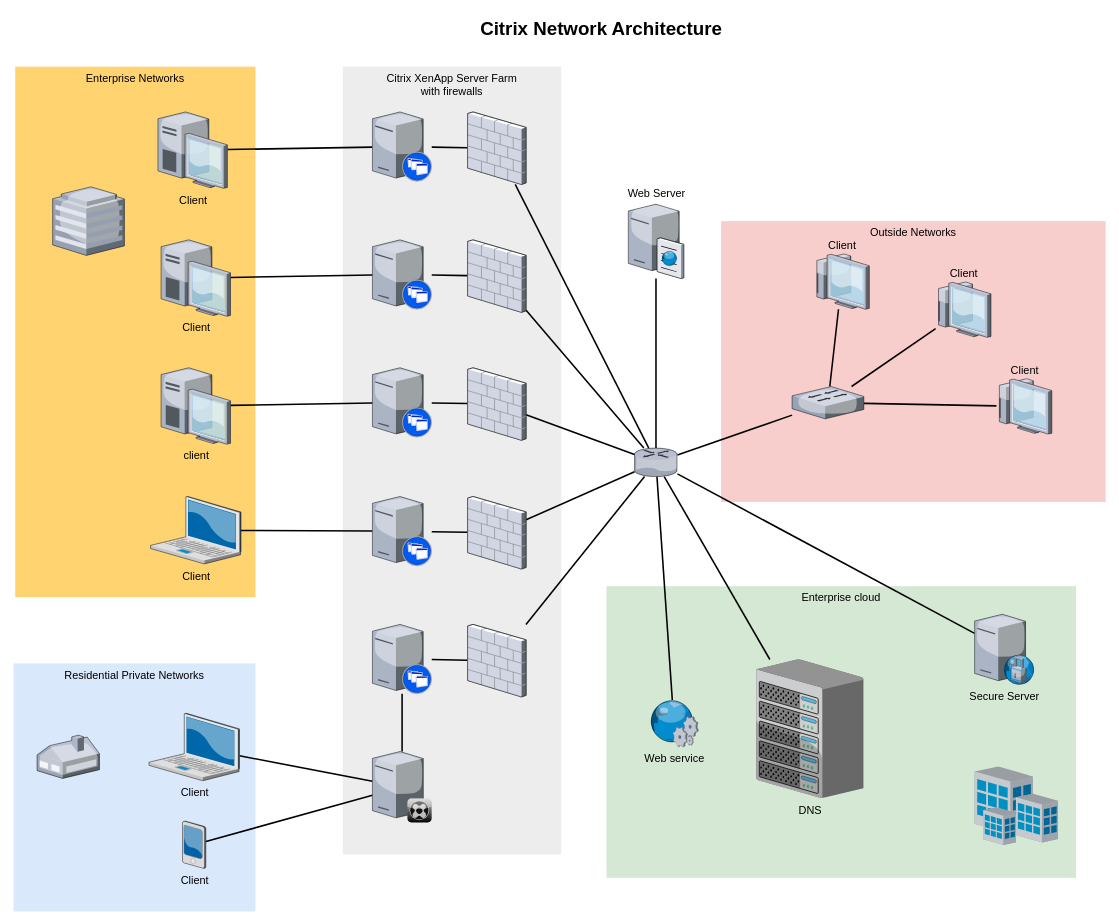
Above: doc/aws-web-tcad-net.drawio in yezhen701/VTCAD (draw.io), before the change. Source tidied: cells renumbered, new cells numbered last; positions are measured from the earlier drawing's top-left corner, leaving out a move shared by most shapes. Both pictures are drawn from the tidied source at 78%, with x=0, y=0 at pixel (13, 13).
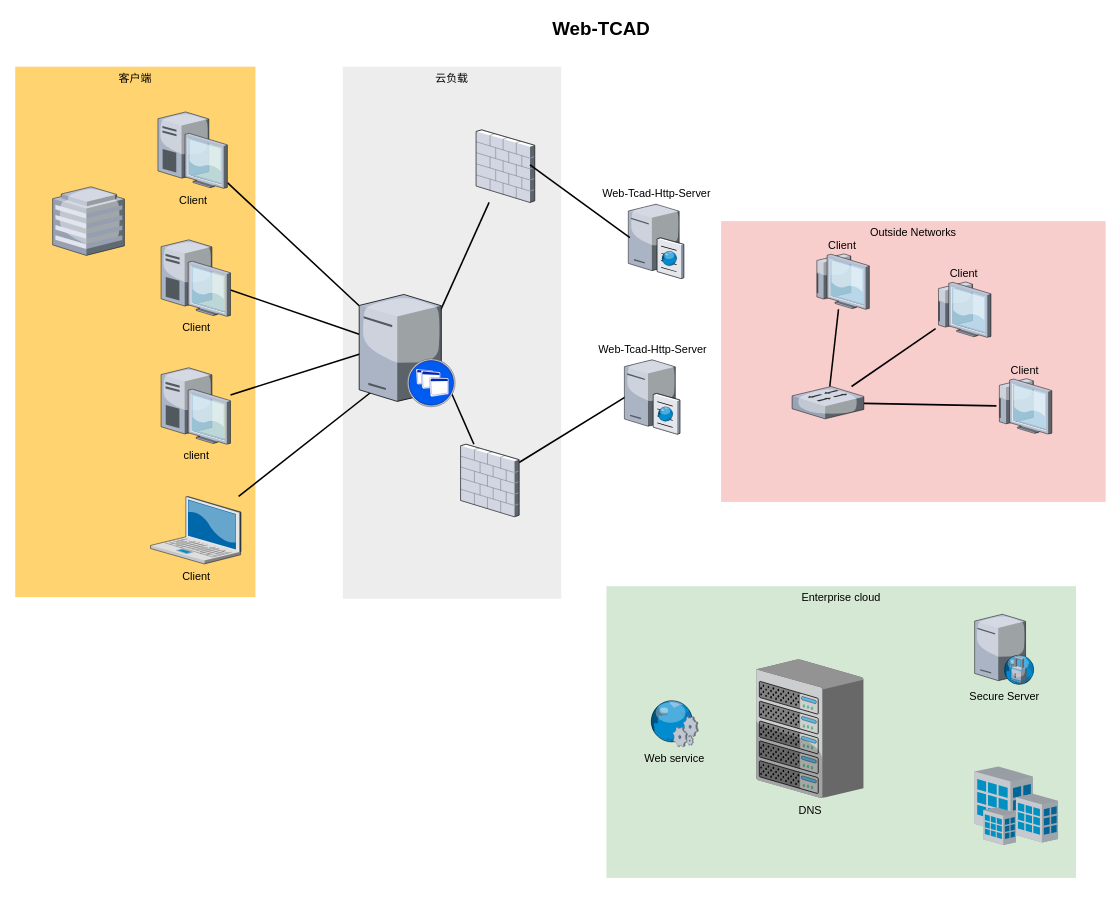
Above is the later version.

Unchanged cells that the change refers to:
```xml
<mxCell id="10" value="Client" style="verticalLabelPosition=bottom;html=1;verticalAlign=top;strokeColor=none;shape=mxgraph.citrix.laptop_2;fillColor=#66B2FF;gradientColor=#0066CC;fontSize=14;" parent="1" vertex="1">
  <mxGeometry x="175.5" y="619" width="116" height="86.5" as="geometry" />
</mxCell>
<mxCell id="12" value="client" style="verticalLabelPosition=bottom;html=1;verticalAlign=top;strokeColor=none;shape=mxgraph.citrix.desktop;fillColor=#66B2FF;gradientColor=#0066CC;fontSize=14;" parent="1" vertex="1">
  <mxGeometry x="189" y="454" width="89" height="98" as="geometry" />
</mxCell>
<mxCell id="14" value="Client" style="verticalLabelPosition=bottom;html=1;verticalAlign=top;strokeColor=none;shape=mxgraph.citrix.desktop;fillColor=#66B2FF;gradientColor=#0066CC;fontSize=14;" parent="1" vertex="1">
  <mxGeometry x="189" y="290" width="89" height="98" as="geometry" />
</mxCell>
<mxCell id="37" value="DNS" style="verticalLabelPosition=bottom;html=1;verticalAlign=top;strokeColor=none;shape=mxgraph.citrix.chassis;fillColor=#66B2FF;gradientColor=#0066CC;fontSize=14;" parent="1" vertex="1">
  <mxGeometry x="952" y="828" width="137.5" height="177.5" as="geometry" />
</mxCell>
<mxCell id="50" value="Secure Server" style="verticalLabelPosition=bottom;html=1;verticalAlign=top;strokeColor=none;shape=mxgraph.citrix.proxy_server;fillColor=#66B2FF;gradientColor=#0066CC;fontSize=14;" parent="1" vertex="1">
  <mxGeometry x="1232" y="770" width="76.5" height="90" as="geometry" />
</mxCell>
<mxCell id="54" style="verticalLabelPosition=bottom;html=1;verticalAlign=top;strokeColor=none;shape=mxgraph.citrix.switch;fillColor=#66B2FF;gradientColor=#0066CC;fontSize=14;" parent="1" vertex="1">
  <mxGeometry x="998" y="478" width="92" height="41.5" as="geometry" />
</mxCell>
<mxCell id="59" value="Web service" style="verticalLabelPosition=bottom;html=1;verticalAlign=top;strokeColor=none;shape=mxgraph.citrix.web_service;fillColor=#66B2FF;gradientColor=#0066CC;fontSize=14;" parent="1" vertex="1">
  <mxGeometry x="815" y="880" width="63" height="60" as="geometry" />
</mxCell>
```

What changed in the source:
```diff
@@
-    <mxCell id="4" value="Citrix XenApp Server Farm&lt;div&gt;with firewalls&lt;/div&gt;" style="whiteSpace=wrap;html=1;fillColor=#EDEDED;fontSize=14;strokeColor=none;verticalAlign=top;" parent="1" vertex="1">
-      <mxGeometry x="422" y="68" width="280" height="1010" as="geometry" />
+    <mxCell id="4" value="云负载" style="whiteSpace=wrap;html=1;fillColor=#EDEDED;fontSize=14;strokeColor=none;verticalAlign=top;" parent="1" vertex="1">
+      <mxGeometry x="422" y="68" width="280" height="682" as="geometry" />
     </mxCell>
-    <mxCell id="5" value="Residential Private Networks" style="whiteSpace=wrap;html=1;fillColor=#dae8fc;fontSize=14;strokeColor=none;verticalAlign=top;" parent="1" vertex="1">
-      <mxGeometry y="833" width="310" height="318" as="geometry" />
-    </mxCell>
-    <mxCell id="6" value="Enterprise Networks" style="whiteSpace=wrap;html=1;fillColor=#FFD470;gradientColor=none;fontSize=14;strokeColor=none;verticalAlign=top;" parent="1" vertex="1">
+    <mxCell id="6" value="客户端" style="whiteSpace=wrap;html=1;fillColor=#FFD470;gradientColor=none;fontSize=14;strokeColor=none;verticalAlign=top;" parent="1" vertex="1">
       <mxGeometry x="2" y="68" width="308" height="680" as="geometry" />
     </mxCell>
-    <mxCell id="7" style="edgeStyle=none;rounded=0;html=1;startSize=10;endSize=10;jettySize=auto;fontSize=14;endArrow=none;endFill=0;strokeWidth=2;" parent="1" edge="1" source="8" target="35">
-      <mxGeometry relative="1" as="geometry" />
-    </mxCell>
-    <mxCell id="8" value="Client" style="verticalLabelPosition=bottom;html=1;verticalAlign=top;strokeColor=none;shape=mxgraph.citrix.laptop_2;fillColor=#66B2FF;gradientColor=#0066CC;fontSize=14;" parent="1" vertex="1">
-      <mxGeometry x="173.5" y="897" width="116" height="86.5" as="geometry" />
-    </mxCell>
-    <mxCell id="9" style="edgeStyle=none;rounded=0;html=1;startSize=10;endSize=10;jettySize=auto;fontSize=14;endArrow=none;endFill=0;strokeWidth=2;" parent="1" edge="1" source="10" target="22">
+    <mxCell id="9" style="edgeStyle=none;rounded=0;html=1;startSize=10;endSize=10;jettySize=auto;fontSize=14;endArrow=none;endFill=0;strokeWidth=2;entryX=0.179;entryY=0.833;entryDx=0;entryDy=0;entryPerimeter=0;" parent="1" edge="1" source="10" target="28">
       <mxGeometry relative="1" as="geometry" />
     </mxCell>
@@
-    <mxCell id="11" style="edgeStyle=none;rounded=0;html=1;startSize=10;endSize=10;jettySize=auto;fontSize=14;endArrow=none;endFill=0;strokeWidth=2;" parent="1" edge="1" source="12" target="24">
+    <mxCell id="11" style="edgeStyle=none;rounded=0;html=1;startSize=10;endSize=10;jettySize=auto;fontSize=14;endArrow=none;endFill=0;strokeWidth=2;entryX=0.016;entryY=0.528;entryDx=0;entryDy=0;entryPerimeter=0;" parent="1" edge="1" source="12" target="28">
       <mxGeometry relative="1" as="geometry" />
     </mxCell>
@@
-    <mxCell id="13" style="edgeStyle=none;rounded=0;html=1;startSize=10;endSize=10;jettySize=auto;fontSize=14;endArrow=none;endFill=0;strokeWidth=2;" parent="1" edge="1" source="14" target="26">
+    <mxCell id="13" style="edgeStyle=none;rounded=0;html=1;startSize=10;endSize=10;jettySize=auto;fontSize=14;endArrow=none;endFill=0;strokeWidth=2;" parent="1" edge="1" source="14" target="28">
       <mxGeometry relative="1" as="geometry" />
     </mxCell>
@@
-    <mxCell id="17" style="edgeStyle=none;rounded=0;html=1;startSize=10;endSize=10;jettySize=auto;fontSize=14;endArrow=none;endFill=0;strokeWidth=2;" parent="1" edge="1" source="18" target="35">
-      <mxGeometry relative="1" as="geometry" />
-    </mxCell>
-    <mxCell id="18" value="Client" style="verticalLabelPosition=bottom;html=1;verticalAlign=top;strokeColor=none;shape=mxgraph.citrix.pda;fillColor=#66B2FF;gradientColor=#0066CC;fontSize=14;" parent="1" vertex="1">
-      <mxGeometry x="216.5" y="1035" width="30" height="61" as="geometry" />
-    </mxCell>
-    <mxCell id="19" style="edgeStyle=none;rounded=0;html=1;startSize=10;endSize=10;jettySize=auto;fontSize=14;endArrow=none;endFill=0;strokeWidth=2;" parent="1" edge="1" source="20" target="47">
-      <mxGeometry relative="1" as="geometry" />
-    </mxCell>
-    <mxCell id="20" style="verticalLabelPosition=bottom;html=1;verticalAlign=top;strokeColor=none;shape=mxgraph.citrix.xenapp_server;fillColor=#66B2FF;gradientColor=#0066CC;fontSize=14;" parent="1" vertex="1">
-      <mxGeometry x="460" y="783" width="76" height="89" as="geometry" />
-    </mxCell>
-    <mxCell id="21" style="edgeStyle=none;rounded=0;html=1;startSize=10;endSize=10;jettySize=auto;fontSize=14;endArrow=none;endFill=0;strokeWidth=2;" parent="1" edge="1" source="22" target="45">
+    <mxCell id="21" style="edgeStyle=none;rounded=0;html=1;startSize=10;endSize=10;jettySize=auto;fontSize=14;endArrow=none;endFill=0;strokeWidth=2;exitX=0.821;exitY=0.604;exitDx=0;exitDy=0;exitPerimeter=0;" parent="1" edge="1" source="28" target="45">
       <mxGeometry relative="1" as="geometry" />
     </mxCell>
-    <mxCell id="22" style="verticalLabelPosition=bottom;html=1;verticalAlign=top;strokeColor=none;shape=mxgraph.citrix.xenapp_server;fillColor=#66B2FF;gradientColor=#0066CC;fontSize=14;" parent="1" vertex="1">
-      <mxGeometry x="460" y="619" width="76" height="89" as="geometry" />
-    </mxCell>
-    <mxCell id="23" style="edgeStyle=none;rounded=0;html=1;startSize=10;endSize=10;jettySize=auto;fontSize=14;endArrow=none;endFill=0;strokeWidth=2;" parent="1" edge="1" source="24" target="43">
+    <mxCell id="23" style="edgeStyle=none;rounded=0;html=1;startSize=10;endSize=10;jettySize=auto;fontSize=14;endArrow=none;endFill=0;strokeWidth=2;exitX=0.838;exitY=0.16;exitDx=0;exitDy=0;exitPerimeter=0;" parent="1" edge="1" source="28" target="43">
       <mxGeometry relative="1" as="geometry" />
     </mxCell>
-    <mxCell id="24" style="verticalLabelPosition=bottom;html=1;verticalAlign=top;strokeColor=none;shape=mxgraph.citrix.xenapp_server;fillColor=#66B2FF;gradientColor=#0066CC;fontSize=14;" parent="1" vertex="1">
-      <mxGeometry x="460" y="454" width="76" height="89" as="geometry" />
-    </mxCell>
-    <mxCell id="25" style="edgeStyle=none;rounded=0;html=1;startSize=10;endSize=10;jettySize=auto;fontSize=14;endArrow=none;endFill=0;strokeWidth=2;" parent="1" edge="1" source="26" target="41">
-      <mxGeometry relative="1" as="geometry" />
-    </mxCell>
-    <mxCell id="26" style="verticalLabelPosition=bottom;html=1;verticalAlign=top;strokeColor=none;shape=mxgraph.citrix.xenapp_server;fillColor=#66B2FF;gradientColor=#0066CC;fontSize=14;" parent="1" vertex="1">
-      <mxGeometry x="460" y="290" width="76" height="89" as="geometry" />
-    </mxCell>
-    <mxCell id="27" style="edgeStyle=none;rounded=0;html=1;startSize=10;endSize=10;jettySize=auto;fontSize=14;endArrow=none;endFill=0;strokeWidth=2;" parent="1" edge="1" source="28" target="39">
-      <mxGeometry relative="1" as="geometry" />
-    </mxCell>
     <mxCell id="28" style="verticalLabelPosition=bottom;html=1;verticalAlign=top;strokeColor=none;shape=mxgraph.citrix.xenapp_server;fillColor=#66B2FF;gradientColor=#0066CC;fontSize=14;" parent="1" vertex="1">
-      <mxGeometry x="460" y="126" width="76" height="89" as="geometry" />
+      <mxGeometry x="443" y="360" width="123" height="144" as="geometry" />
     </mxCell>
-    <mxCell id="29" style="edgeStyle=none;rounded=0;html=1;startSize=10;endSize=10;jettySize=auto;fontSize=14;endArrow=none;endFill=0;strokeWidth=2;" parent="1" edge="1" source="33" target="37">
-      <mxGeometry relative="1" as="geometry" />
-    </mxCell>
-    <mxCell id="30" style="edgeStyle=none;rounded=0;html=1;startSize=10;endSize=10;jettySize=auto;fontSize=14;endArrow=none;endFill=0;strokeWidth=2;" parent="1" edge="1" source="33" target="36">
-      <mxGeometry relative="1" as="geometry" />
-    </mxCell>
-    <mxCell id="31" style="edgeStyle=none;rounded=0;html=1;startSize=10;endSize=10;jettySize=auto;fontSize=14;endArrow=none;endFill=0;strokeWidth=2;" parent="1" edge="1" source="33" target="54">
-      <mxGeometry relative="1" as="geometry" />
-    </mxCell>
-    <mxCell id="32" style="edgeStyle=none;rounded=0;html=1;startSize=10;endSize=10;jettySize=auto;fontSize=14;endArrow=none;endFill=0;strokeWidth=2;" parent="1" edge="1" source="33" target="50">
-      <mxGeometry relative="1" as="geometry" />
-    </mxCell>
-    <mxCell id="33" style="verticalLabelPosition=bottom;html=1;verticalAlign=top;strokeColor=none;shape=mxgraph.citrix.router;fillColor=#66B2FF;gradientColor=#0066CC;fontSize=14;" parent="1" vertex="1">
-      <mxGeometry x="796" y="557" width="55" height="36.5" as="geometry" />
-    </mxCell>
-    <mxCell id="34" style="edgeStyle=none;rounded=0;html=1;startSize=10;endSize=10;jettySize=auto;fontSize=14;endArrow=none;endFill=0;strokeWidth=2;" parent="1" edge="1" source="35" target="20">
-      <mxGeometry relative="1" as="geometry" />
-    </mxCell>
-    <mxCell id="35" style="verticalLabelPosition=bottom;html=1;verticalAlign=top;strokeColor=none;shape=mxgraph.citrix.xenclient_synchronizer;fillColor=#CCCCCC;gradientColor=#000000;gradientDirection=south;fontSize=14;" parent="1" vertex="1">
-      <mxGeometry x="460" y="946" width="76" height="91" as="geometry" />
-    </mxCell>
-    <mxCell id="36" value="Web Server" style="verticalLabelPosition=top;html=1;verticalAlign=bottom;strokeColor=none;shape=mxgraph.citrix.cache_server;fillColor=#66B2FF;gradientColor=#0066CC;fontSize=14;labelPosition=center;align=center;" parent="1" vertex="1">
+    <mxCell id="36" value="&lt;span style=&quot;display: flex;&quot;&gt;&lt;span style=&quot;overflow: hidden; text-overflow: ellipsis;&quot; class=&quot;&quot;&gt;Web-Tcad-Http-Server&lt;/span&gt;&lt;/span&gt;" style="verticalLabelPosition=top;html=1;verticalAlign=bottom;strokeColor=none;shape=mxgraph.citrix.cache_server;fillColor=#66B2FF;gradientColor=#0066CC;fontSize=14;labelPosition=center;align=center;" parent="1" vertex="1">
       <mxGeometry x="788" y="242" width="71" height="97.5" as="geometry" />
     </mxCell>
@@
-    <mxCell id="38" style="edgeStyle=none;rounded=0;html=1;startSize=10;endSize=10;jettySize=auto;fontSize=14;endArrow=none;endFill=0;strokeWidth=2;" parent="1" edge="1" source="39" target="33">
-      <mxGeometry relative="1" as="geometry" />
-    </mxCell>
-    <mxCell id="39" style="verticalLabelPosition=bottom;html=1;verticalAlign=top;strokeColor=none;shape=mxgraph.citrix.firewall;fillColor=#66B2FF;gradientColor=#0066CC;fontSize=14;" parent="1" vertex="1">
-      <mxGeometry x="582" y="126" width="75" height="93" as="geometry" />
-    </mxCell>
-    <mxCell id="40" style="edgeStyle=none;rounded=0;html=1;startSize=10;endSize=10;jettySize=auto;fontSize=14;endArrow=none;endFill=0;strokeWidth=2;" parent="1" edge="1" source="41" target="33">
-      <mxGeometry relative="1" as="geometry" />
-    </mxCell>
-    <mxCell id="41" style="verticalLabelPosition=bottom;html=1;verticalAlign=top;strokeColor=none;shape=mxgraph.citrix.firewall;fillColor=#66B2FF;gradientColor=#0066CC;fontSize=14;" parent="1" vertex="1">
-      <mxGeometry x="582" y="290" width="75" height="93" as="geometry" />
-    </mxCell>
-    <mxCell id="42" style="edgeStyle=none;rounded=0;html=1;startSize=10;endSize=10;jettySize=auto;fontSize=14;endArrow=none;endFill=0;strokeWidth=2;" parent="1" edge="1" source="43" target="33">
-      <mxGeometry relative="1" as="geometry" />
-    </mxCell>
     <mxCell id="43" style="verticalLabelPosition=bottom;html=1;verticalAlign=top;strokeColor=none;shape=mxgraph.citrix.firewall;fillColor=#66B2FF;gradientColor=#0066CC;fontSize=14;" parent="1" vertex="1">
-      <mxGeometry x="582" y="454" width="75" height="93" as="geometry" />
+      <mxGeometry x="593" y="149" width="75" height="93" as="geometry" />
     </mxCell>
-    <mxCell id="44" style="edgeStyle=none;rounded=0;html=1;startSize=10;endSize=10;jettySize=auto;fontSize=14;endArrow=none;endFill=0;strokeWidth=2;" parent="1" edge="1" source="45" target="33">
+    <mxCell id="44" style="edgeStyle=none;rounded=0;html=1;startSize=10;endSize=10;jettySize=auto;fontSize=14;endArrow=none;endFill=0;strokeWidth=2;entryX=0.028;entryY=0.508;entryDx=0;entryDy=0;entryPerimeter=0;" parent="1" edge="1" source="45" target="63">
       <mxGeometry relative="1" as="geometry" />
     </mxCell>
     <mxCell id="45" style="verticalLabelPosition=bottom;html=1;verticalAlign=top;strokeColor=none;shape=mxgraph.citrix.firewall;fillColor=#66B2FF;gradientColor=#0066CC;fontSize=14;" parent="1" vertex="1">
-      <mxGeometry x="582" y="619" width="75" height="93" as="geometry" />
+      <mxGeometry x="573" y="552" width="75" height="93" as="geometry" />
     </mxCell>
-    <mxCell id="46" style="edgeStyle=none;rounded=0;html=1;startSize=10;endSize=10;jettySize=auto;fontSize=14;endArrow=none;endFill=0;strokeWidth=2;" parent="1" edge="1" source="47" target="33">
-      <mxGeometry relative="1" as="geometry" />
-    </mxCell>
-    <mxCell id="47" style="verticalLabelPosition=bottom;html=1;verticalAlign=top;strokeColor=none;shape=mxgraph.citrix.firewall;fillColor=#66B2FF;gradientColor=#0066CC;fontSize=14;" parent="1" vertex="1">
-      <mxGeometry x="582" y="783" width="75" height="93" as="geometry" />
-    </mxCell>
-    <mxCell id="48" style="verticalLabelPosition=bottom;html=1;verticalAlign=top;strokeColor=none;shape=mxgraph.citrix.home_office;fillColor=#66B2FF;gradientColor=#0066CC;fontSize=14;" parent="1" vertex="1">
-      <mxGeometry x="30" y="925" width="80" height="55.5" as="geometry" />
-    </mxCell>
@@
-    <mxCell id="58" style="edgeStyle=none;rounded=0;html=1;startSize=10;endSize=10;jettySize=auto;fontSize=14;endArrow=none;endFill=0;strokeWidth=2;" parent="1" edge="1" source="59" target="33">
-      <mxGeometry relative="1" as="geometry" />
-    </mxCell>
@@
-    <mxCell id="61" value="Citrix Network Architecture" style="text;strokeColor=none;fillColor=none;html=1;fontSize=24;fontStyle=1;verticalAlign=middle;align=center;" parent="1" vertex="1">
+    <mxCell id="61" value="Web-TCAD" style="text;strokeColor=none;fillColor=none;html=1;fontSize=24;fontStyle=1;verticalAlign=middle;align=center;" parent="1" vertex="1">
       <mxGeometry x="322" width="861" height="40" as="geometry" />
     </mxCell>
+    <mxCell id="62" style="edgeStyle=none;rounded=0;html=1;startSize=10;endSize=10;jettySize=auto;fontSize=14;endArrow=none;endFill=0;strokeWidth=2;exitX=0.92;exitY=0.484;exitDx=0;exitDy=0;exitPerimeter=0;entryX=0.028;entryY=0.462;entryDx=0;entryDy=0;entryPerimeter=0;" parent="1" edge="1" source="43" target="36">
+      <mxGeometry relative="1" as="geometry" />
+    </mxCell>
+    <mxCell id="63" value="&lt;span style=&quot;display: flex;&quot;&gt;&lt;span style=&quot;overflow: hidden; text-overflow: ellipsis;&quot; class=&quot;&quot;&gt;Web-Tcad-Http-Server&lt;/span&gt;&lt;/span&gt;" style="verticalLabelPosition=top;html=1;verticalAlign=bottom;strokeColor=none;shape=mxgraph.citrix.cache_server;fillColor=#66B2FF;gradientColor=#0066CC;fontSize=14;labelPosition=center;align=center;" parent="1" vertex="1">
+      <mxGeometry x="783" y="441.5" width="71" height="97.5" as="geometry" />
+    </mxCell>
```
